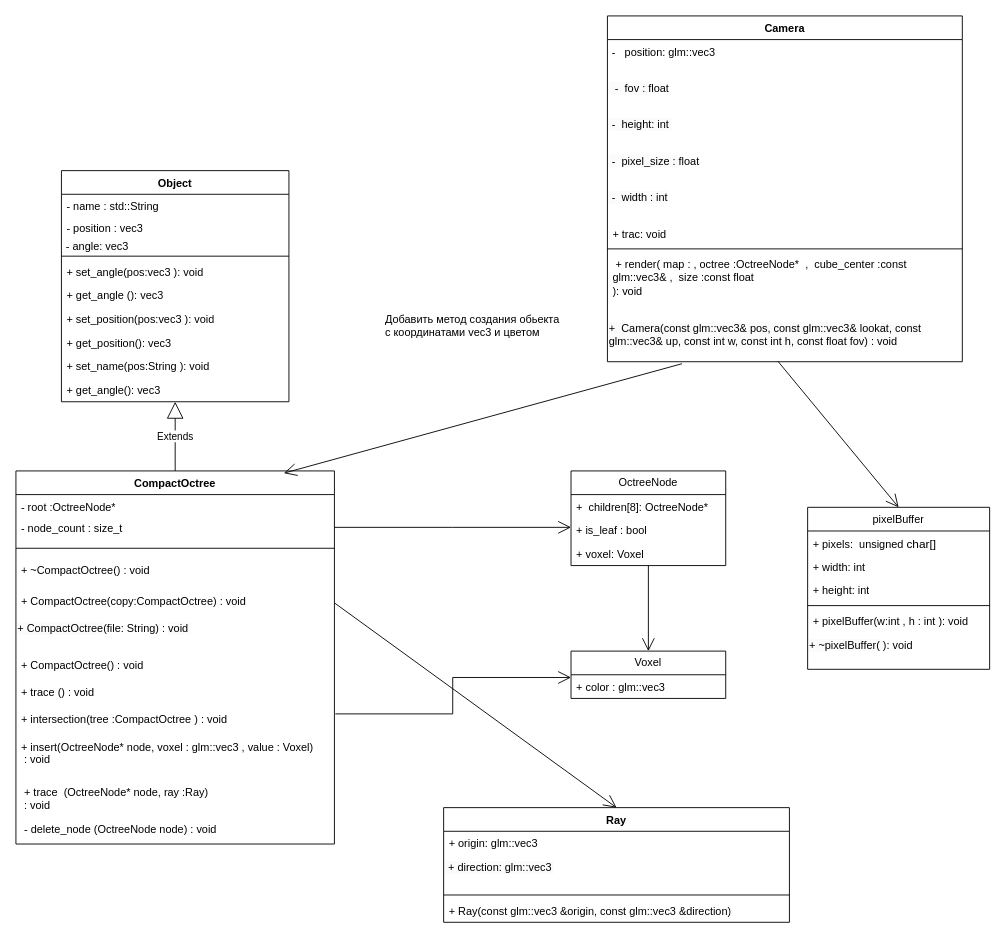
cpp-park-vk-education/2023_1_Blockify keeps this draw.io diagram as page "Core" (1 of 4) of doc/VoxelEngine.drawio. Above is the earlier version. Source tidied: cells renumbered, new cells numbered last; positions are measured from the earlier drawing's top-left corner, leaving out a move shared by most shapes. Both pictures are drawn from the tidied source at 91%, with x=0, y=0 at pixel (15, 15).
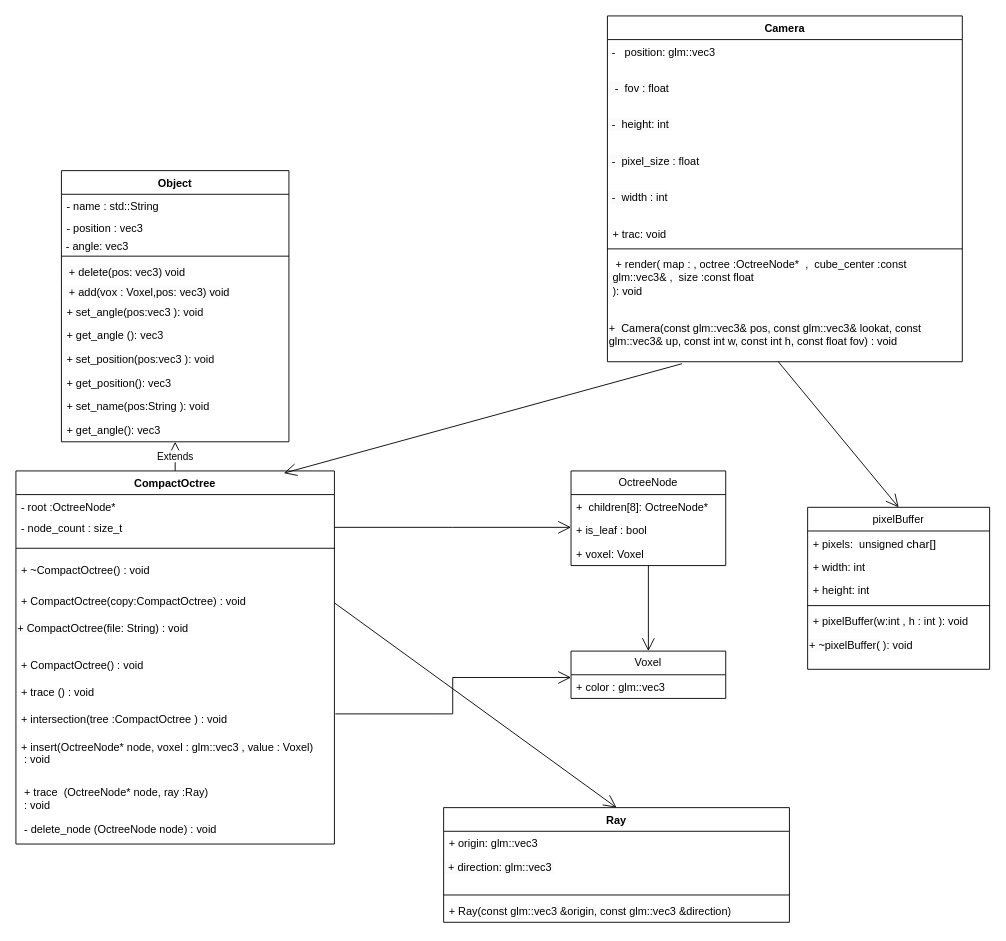
After the change.

Unchanged cells that the change refers to:
```xml
<mxCell id="2" value="CompactOctree" style="swimlane;fontStyle=1;align=center;verticalAlign=top;horizontal=1;startSize=26;whiteSpace=wrap;html=1;" parent="1" vertex="1">
  <mxGeometry y="500" width="350" height="410" as="geometry" />
</mxCell>
```

What changed in the source:
```diff
@@
-    <mxCell id="9" value="+&amp;nbsp;CompactOctree&lt;span style=&quot;background-color: initial;&quot;&gt;() :&amp;nbsp;&lt;/span&gt;void&amp;nbsp;" style="text;strokeColor=none;fillColor=none;align=left;verticalAlign=top;spacingLeft=4;spacingRight=4;overflow=hidden;whiteSpace=wrap;html=1;" parent="2" vertex="1">
+    <mxCell id="9" value="+&amp;nbsp;CompactOctree&lt;span style=&quot;background-color: initial;&quot;&gt;() :&amp;nbsp;&lt;/span&gt;void&amp;nbsp;&lt;br&gt;" style="text;strokeColor=none;fillColor=none;align=left;verticalAlign=top;spacingLeft=4;spacingRight=4;overflow=hidden;whiteSpace=wrap;html=1;" parent="2" vertex="1">
       <mxGeometry y="200" width="350" height="30" as="geometry" />
     </mxCell>
@@
     <mxCell id="21" value="Object" style="swimlane;fontStyle=1;align=center;verticalAlign=top;horizontal=1;startSize=26;whiteSpace=wrap;html=1;" parent="1" vertex="1">
-      <mxGeometry x="50" y="170" width="250" height="254" as="geometry" />
+      <mxGeometry x="50" y="170" width="250" height="298" as="geometry" />
     </mxCell>
@@
+    <mxCell id="62" value="&lt;span style=&quot;color: rgb(0, 0, 0); font-family: Helvetica; font-size: 12px; font-style: normal; font-variant-ligatures: normal; font-variant-caps: normal; font-weight: 400; letter-spacing: normal; orphans: 2; text-align: left; text-indent: 0px; text-transform: none; widows: 2; word-spacing: 0px; -webkit-text-stroke-width: 0px; background-color: rgb(251, 251, 251); text-decoration-thickness: initial; text-decoration-style: initial; text-decoration-color: initial; float: none; display: inline !important;&quot;&gt;&amp;nbsp; + delete(pos: vec3) void&lt;/span&gt;" style="text;whiteSpace=wrap;html=1;" parent="21" vertex="1">
+      <mxGeometry y="98" width="250" height="22" as="geometry" />
+    </mxCell>
+    <mxCell id="63" value="&lt;span style=&quot;color: rgb(0, 0, 0); font-family: Helvetica; font-size: 12px; font-style: normal; font-variant-ligatures: normal; font-variant-caps: normal; font-weight: 400; letter-spacing: normal; orphans: 2; text-align: left; text-indent: 0px; text-transform: none; widows: 2; word-spacing: 0px; -webkit-text-stroke-width: 0px; background-color: rgb(251, 251, 251); text-decoration-thickness: initial; text-decoration-style: initial; text-decoration-color: initial; float: none; display: inline !important;&quot;&gt;&amp;nbsp; + add(vox : Voxel,pos: vec3) void&lt;/span&gt;" style="text;whiteSpace=wrap;html=1;" parent="21" vertex="1">
+      <mxGeometry y="120" width="250" height="22" as="geometry" />
+    </mxCell>
     <mxCell id="26" value="+ set_angle(pos:vec3 ): void" style="text;strokeColor=none;fillColor=none;align=left;verticalAlign=top;spacingLeft=4;spacingRight=4;overflow=hidden;whiteSpace=wrap;html=1;" parent="21" vertex="1">
-      <mxGeometry y="98" width="250" height="26" as="geometry" />
+      <mxGeometry y="142" width="250" height="26" as="geometry" />
     </mxCell>
     <mxCell id="27" value="+ get_angle (): vec3" style="text;strokeColor=none;fillColor=none;align=left;verticalAlign=top;spacingLeft=4;spacingRight=4;overflow=hidden;whiteSpace=wrap;html=1;" parent="21" vertex="1">
-      <mxGeometry y="124" width="250" height="26" as="geometry" />
+      <mxGeometry y="168" width="250" height="26" as="geometry" />
     </mxCell>
     <mxCell id="28" value="+ set_position(pos:vec3 ): void" style="text;strokeColor=none;fillColor=none;align=left;verticalAlign=top;spacingLeft=4;spacingRight=4;overflow=hidden;whiteSpace=wrap;html=1;" parent="21" vertex="1">
-      <mxGeometry y="150" width="250" height="26" as="geometry" />
+      <mxGeometry y="194" width="250" height="26" as="geometry" />
     </mxCell>
     <mxCell id="29" value="+ get_position(): vec3" style="text;strokeColor=none;fillColor=none;align=left;verticalAlign=top;spacingLeft=4;spacingRight=4;overflow=hidden;whiteSpace=wrap;html=1;" parent="21" vertex="1">
-      <mxGeometry y="176" width="250" height="26" as="geometry" />
+      <mxGeometry y="220" width="250" height="26" as="geometry" />
     </mxCell>
     <mxCell id="30" value="+ set_name(pos:String ): void" style="text;strokeColor=none;fillColor=none;align=left;verticalAlign=top;spacingLeft=4;spacingRight=4;overflow=hidden;whiteSpace=wrap;html=1;" parent="21" vertex="1">
-      <mxGeometry y="202" width="250" height="26" as="geometry" />
+      <mxGeometry y="246" width="250" height="26" as="geometry" />
     </mxCell>
     <mxCell id="31" value="+ get_angle(): vec3" style="text;strokeColor=none;fillColor=none;align=left;verticalAlign=top;spacingLeft=4;spacingRight=4;overflow=hidden;whiteSpace=wrap;html=1;" parent="21" vertex="1">
-      <mxGeometry y="228" width="250" height="26" as="geometry" />
+      <mxGeometry y="272" width="250" height="26" as="geometry" />
     </mxCell>
@@
-    <mxCell id="61" value="Добавить метод создания обьекта&#10;с координатами vec3 и цветом" style="text;strokeColor=none;fillColor=none;align=left;verticalAlign=top;spacingLeft=4;spacingRight=4;overflow=hidden;" parent="1" vertex="1">
-      <mxGeometry x="400" y="320" width="230" height="40" as="geometry" />
-    </mxCell>
```
